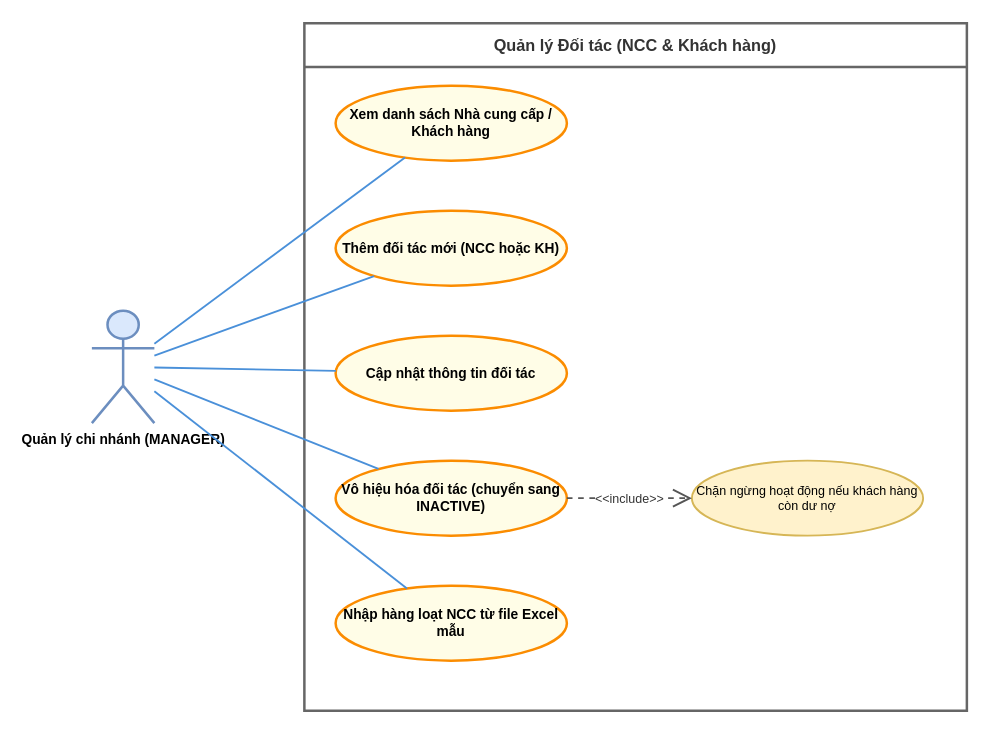
Earlier version of the draw.io diagram UseCase/MANAGER/10_quan_ly_doi_tac.drawio (Nghiatv2006/KhoHang). Source tidied: cells renumbered, new cells numbered last; positions are measured from the earlier drawing's top-left corner, leaving out a move shared by most shapes. Both pictures are drawn from the tidied source at 125%, with x=0, y=0 at pixel (91, 22).
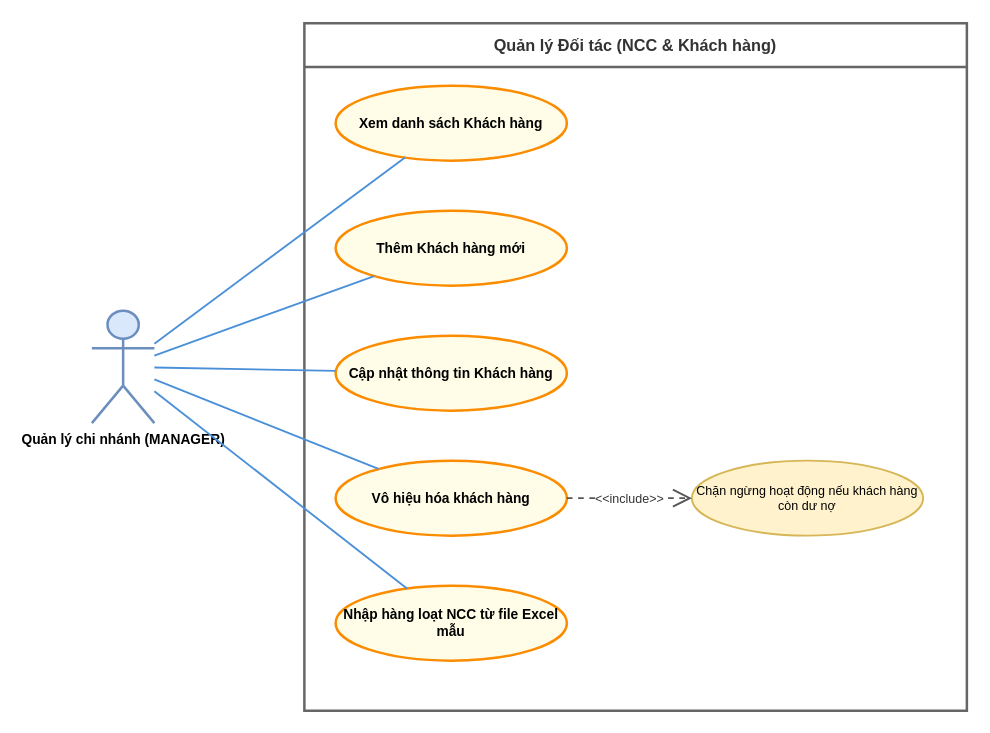
The same diagram, later.

Diff of the diagram source:
```diff
@@
 <mxGraphModel>
   <root>
     <mxCell id="0" />
     <mxCell id="1" parent="0" />
     <mxCell id="2" value="Quản lý Đối tác (NCC &amp; Khách hàng)" style="swimlane;startSize=35;whiteSpace=wrap;html=1;fontStyle=1;fontSize=13;                    fillColor=#f5f5f5;strokeColor=#666666;strokeWidth=2;fontColor=#333333;align=center;" parent="1" vertex="1">
       <mxGeometry x="170" width="530" height="550" as="geometry" />
     </mxCell>
     <mxCell id="3" value="Chặn ngừng hoạt động nếu khách hàng còn dư nợ" style="ellipse;whiteSpace=wrap;html=1;fillColor=#fff2cc;strokeColor=#d6b656;strokeWidth=1.5;fontSize=10;align=center;" parent="2" vertex="1">
       <mxGeometry x="310" y="350" width="185" height="60" as="geometry" />
     </mxCell>
+    <mxCell id="5" value="Xem danh sách Khách hàng" style="ellipse;whiteSpace=wrap;html=1;fillColor=#fffde7;strokeColor=#fb8c00;strokeWidth=2;fontStyle=1;fontSize=11;align=center;" parent="2" vertex="1">
+      <mxGeometry x="25" y="50" width="185" height="60" as="geometry" />
+    </mxCell>
     <mxCell id="4" value="Quản lý chi nhánh (MANAGER)" style="shape=umlActor;verticalLabelPosition=bottom;verticalAlign=top;html=1;                    outlineConnect=0;fillColor=#dae8fc;strokeColor=#6c8ebf;strokeWidth=2;                    fontColor=#1a1a1a;fontStyle=1;fontSize=11;" parent="1" vertex="1">
       <mxGeometry y="230" width="50" height="90" as="geometry" />
     </mxCell>
-    <mxCell id="5" value="Xem danh sách Nhà cung cấp / Khách hàng" style="ellipse;whiteSpace=wrap;html=1;fillColor=#fffde7;strokeColor=#fb8c00;strokeWidth=2;fontStyle=1;fontSize=11;align=center;" parent="1" vertex="1">
-      <mxGeometry x="195" y="50" width="185" height="60" as="geometry" />
-    </mxCell>
-    <mxCell id="6" value="Thêm đối tác mới (NCC hoặc KH)" style="ellipse;whiteSpace=wrap;html=1;fillColor=#fffde7;strokeColor=#fb8c00;strokeWidth=2;fontStyle=1;fontSize=11;align=center;" parent="1" vertex="1">
+    <mxCell id="6" value="Thêm Khách hàng mới" style="ellipse;whiteSpace=wrap;html=1;fillColor=#fffde7;strokeColor=#fb8c00;strokeWidth=2;fontStyle=1;fontSize=11;align=center;" parent="1" vertex="1">
       <mxGeometry x="195" y="150" width="185" height="60" as="geometry" />
     </mxCell>
-    <mxCell id="7" value="Cập nhật thông tin đối tác" style="ellipse;whiteSpace=wrap;html=1;fillColor=#fffde7;strokeColor=#fb8c00;strokeWidth=2;fontStyle=1;fontSize=11;align=center;" parent="1" vertex="1">
+    <mxCell id="7" value="Cập nhật thông tin Khách hàng" style="ellipse;whiteSpace=wrap;html=1;fillColor=#fffde7;strokeColor=#fb8c00;strokeWidth=2;fontStyle=1;fontSize=11;align=center;" parent="1" vertex="1">
       <mxGeometry x="195" y="250" width="185" height="60" as="geometry" />
     </mxCell>
-    <mxCell id="8" value="Vô hiệu hóa đối tác (chuyển sang INACTIVE)" style="ellipse;whiteSpace=wrap;html=1;fillColor=#fffde7;strokeColor=#fb8c00;strokeWidth=2;fontStyle=1;fontSize=11;align=center;" parent="1" vertex="1">
+    <mxCell id="8" value="Vô hiệu hóa khách hàng" style="ellipse;whiteSpace=wrap;html=1;fillColor=#fffde7;strokeColor=#fb8c00;strokeWidth=2;fontStyle=1;fontSize=11;align=center;" parent="1" vertex="1">
       <mxGeometry x="195" y="350" width="185" height="60" as="geometry" />
     </mxCell>
     <mxCell id="9" value="Nhập hàng loạt NCC từ file Excel mẫu" style="ellipse;whiteSpace=wrap;html=1;fillColor=#fffde7;strokeColor=#fb8c00;strokeWidth=2;fontStyle=1;fontSize=11;align=center;" parent="1" vertex="1">
       <mxGeometry x="195" y="450" width="185" height="60" as="geometry" />
     </mxCell>
     <mxCell id="10" style="endArrow=none;html=1;rounded=0;strokeColor=#4a90d9;strokeWidth=1.5;" parent="1" edge="1" source="4" target="5">
       <mxGeometry relative="1" as="geometry" />
     </mxCell>
     <mxCell id="11" style="endArrow=none;html=1;rounded=0;strokeColor=#4a90d9;strokeWidth=1.5;" parent="1" edge="1" source="4" target="6">
       <mxGeometry relative="1" as="geometry" />
     </mxCell>
     <mxCell id="12" style="endArrow=none;html=1;rounded=0;strokeColor=#4a90d9;strokeWidth=1.5;" parent="1" edge="1" source="4" target="7">
       <mxGeometry relative="1" as="geometry" />
     </mxCell>
     <mxCell id="13" style="endArrow=none;html=1;rounded=0;strokeColor=#4a90d9;strokeWidth=1.5;" parent="1" edge="1" source="4" target="8">
       <mxGeometry relative="1" as="geometry" />
     </mxCell>
     <mxCell id="14" style="endArrow=none;html=1;rounded=0;strokeColor=#4a90d9;strokeWidth=1.5;" parent="1" edge="1" source="4" target="9">
       <mxGeometry relative="1" as="geometry" />
     </mxCell>
     <mxCell id="15" value="&amp;lt;&amp;lt;include&amp;gt;&amp;gt;" style="endArrow=open;endSize=12;dashed=1;html=1;rounded=0;strokeColor=#555555;strokeWidth=1.5;labelBackgroundColor=#ffffff;fontColor=#333333;fontSize=10;align=center;" parent="1" edge="1" source="8" target="3">
       <mxGeometry relative="1" as="geometry" />
     </mxCell>
   </root>
 </mxGraphModel>
```
